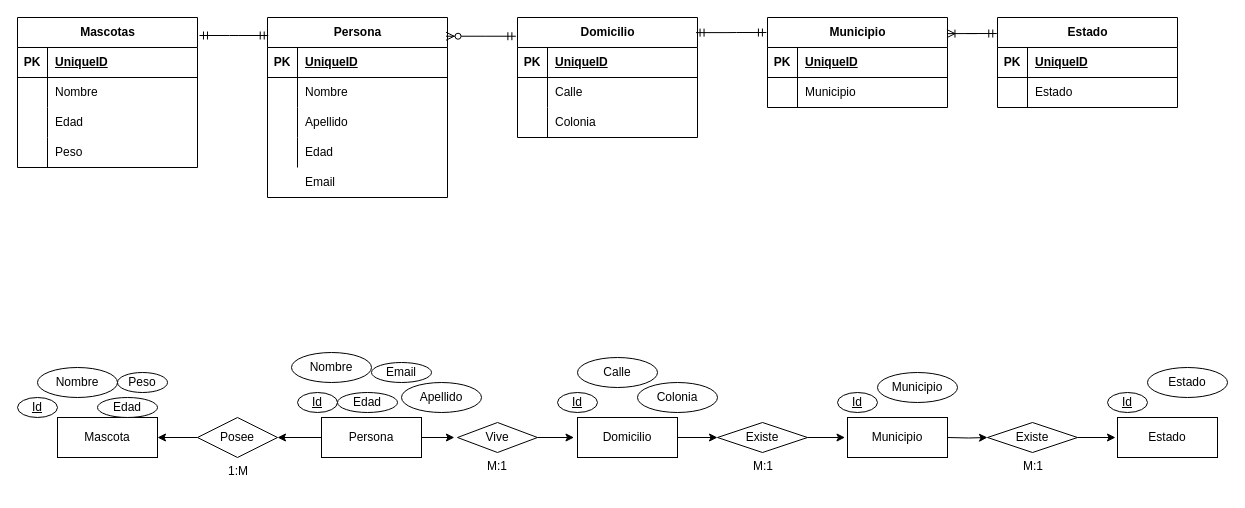
Above: relacionDeClases.drawio in alensgamer/Infotec-Codes (draw.io), before the change. Source tidied: cells renumbered, new cells numbered last; positions are measured from the earlier drawing's top-left corner, leaving out a move shared by most shapes. Both pictures are drawn from the tidied source at 100%, with x=0, y=0 at pixel (17, 17).
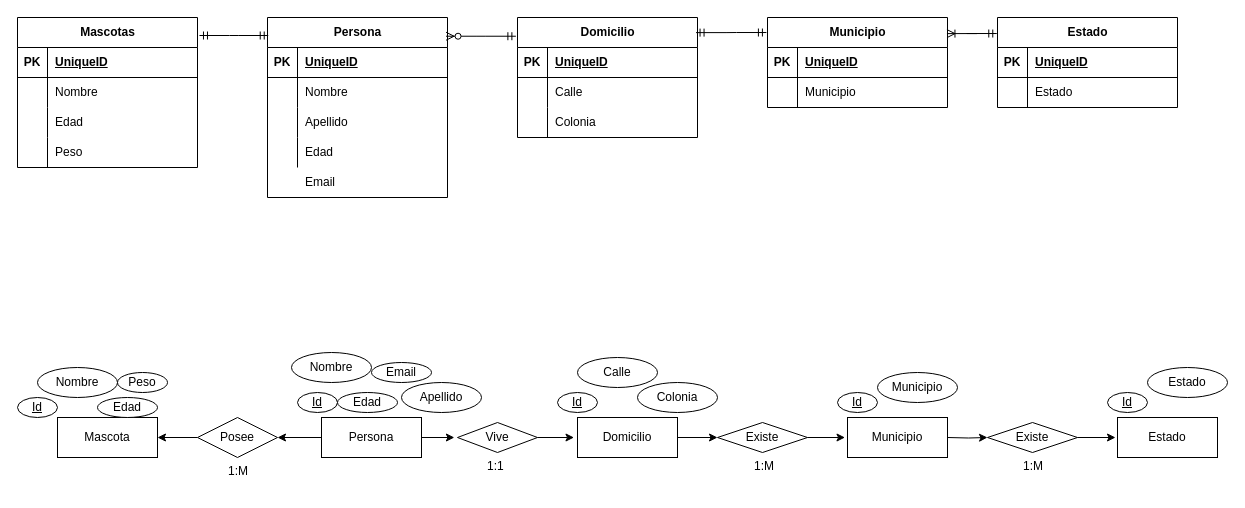
After the change.

Diff of the diagram source:
```diff
@@
-    <mxCell id="80" value="M:1" style="text;strokeColor=none;fillColor=none;spacingLeft=4;spacingRight=4;overflow=hidden;fontSize=12;whiteSpace=wrap;html=1;" parent="1" vertex="1">
+    <mxCell id="80" value="1:1" style="text;strokeColor=none;fillColor=none;spacingLeft=4;spacingRight=4;overflow=hidden;fontSize=12;whiteSpace=wrap;html=1;" parent="1" vertex="1">
       <mxGeometry x="464" y="435" width="30" height="30" as="geometry" />
     </mxCell>
@@
-    <mxCell id="92" value="M:1" style="text;strokeColor=none;fillColor=none;spacingLeft=4;spacingRight=4;overflow=hidden;fontSize=12;whiteSpace=wrap;html=1;" parent="1" vertex="1">
-      <mxGeometry x="730" y="435" width="30" height="20" as="geometry" />
+    <mxCell id="92" value="1:M" style="text;strokeColor=none;fillColor=none;spacingLeft=4;spacingRight=4;overflow=hidden;fontSize=12;whiteSpace=wrap;html=1;" parent="1" vertex="1">
+      <mxGeometry x="731" y="435" width="30" height="20" as="geometry" />
     </mxCell>
-    <mxCell id="93" value="M:1" style="text;strokeColor=none;fillColor=none;spacingLeft=4;spacingRight=4;overflow=hidden;fontSize=12;whiteSpace=wrap;html=1;" parent="1" vertex="1">
+    <mxCell id="93" value="1:M" style="text;strokeColor=none;fillColor=none;spacingLeft=4;spacingRight=4;overflow=hidden;fontSize=12;whiteSpace=wrap;html=1;" parent="1" vertex="1">
       <mxGeometry x="1000" y="435" width="30" height="20" as="geometry" />
     </mxCell>
```
